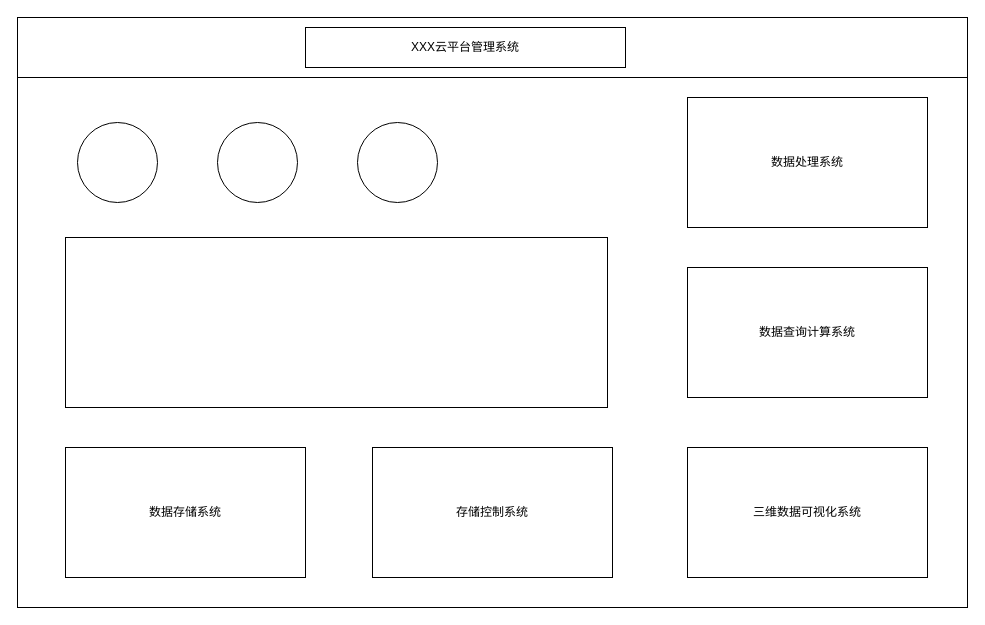
Above: 云平台.drawio in wdmlsx/xunjian (draw.io), before the change. Source tidied: cells renumbered, new cells numbered last; positions are measured from the earlier drawing's top-left corner, leaving out a move shared by most shapes. Both pictures are drawn from the tidied source at 100%, with x=0, y=0 at pixel (17, 17).
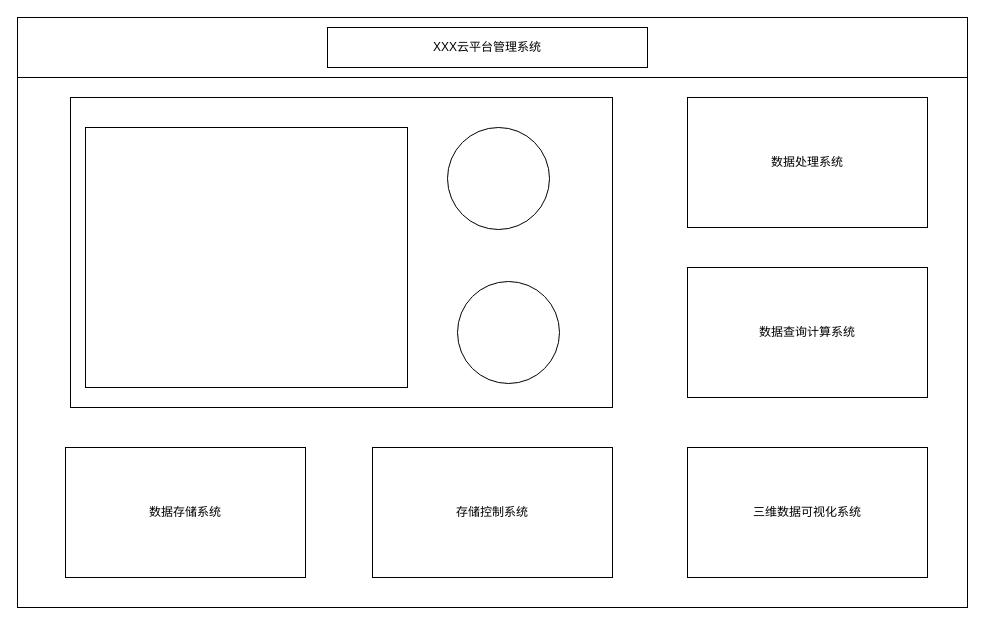
After the change.

Commit message (it also covers changes not shown here):
更新云平台.drawio

Change to the diagram source:
```diff
@@
 <mxGraphModel>
   <root>
     <mxCell id="0" />
     <mxCell id="1" parent="0" />
     <mxCell id="2" style="rounded=0;whiteSpace=wrap;html=1;" parent="1" vertex="1">
       <mxGeometry width="950" height="590" as="geometry" />
     </mxCell>
     <mxCell id="3" value="数据存储系统" style="rounded=0;whiteSpace=wrap;html=1;" parent="1" vertex="1">
       <mxGeometry x="48" y="430" width="240" height="130" as="geometry" />
     </mxCell>
     <mxCell id="4" value="数据查询计算系统" style="rounded=0;whiteSpace=wrap;html=1;" parent="1" vertex="1">
       <mxGeometry x="670" y="250" width="240" height="130" as="geometry" />
     </mxCell>
     <mxCell id="5" value="三维数据可视化系统" style="rounded=0;whiteSpace=wrap;html=1;" parent="1" vertex="1">
       <mxGeometry x="670" y="430" width="240" height="130" as="geometry" />
     </mxCell>
     <mxCell id="6" value="数据处理系统" style="rounded=0;whiteSpace=wrap;html=1;" parent="1" vertex="1">
       <mxGeometry x="670" y="80" width="240" height="130" as="geometry" />
     </mxCell>
     <mxCell id="7" value="存储控制系统" style="rounded=0;whiteSpace=wrap;html=1;" parent="1" vertex="1">
       <mxGeometry x="355" y="430" width="240" height="130" as="geometry" />
     </mxCell>
     <mxCell id="8" style="rounded=0;whiteSpace=wrap;html=1;" parent="1" vertex="1">
       <mxGeometry width="950" height="60" as="geometry" />
     </mxCell>
     <mxCell id="9" value="XXX云平台管理系统" style="rounded=0;whiteSpace=wrap;html=1;align=center;" parent="1" vertex="1">
-      <mxGeometry x="288" y="10" width="320" height="40" as="geometry" />
+      <mxGeometry x="310" y="10" width="320" height="40" as="geometry" />
     </mxCell>
-    <mxCell id="10" style="ellipse;whiteSpace=wrap;html=1;" parent="1" vertex="1">
-      <mxGeometry x="60" y="105" width="80" height="80" as="geometry" />
-    </mxCell>
-    <mxCell id="11" style="ellipse;whiteSpace=wrap;html=1;" parent="1" vertex="1">
-      <mxGeometry x="200" y="105" width="80" height="80" as="geometry" />
-    </mxCell>
+    <mxCell id="13" style="rounded=0;whiteSpace=wrap;html=1;" parent="1" vertex="1">
+      <mxGeometry x="53" y="80" width="542" height="310" as="geometry" />
+    </mxCell>
     <mxCell id="12" style="ellipse;whiteSpace=wrap;html=1;" parent="1" vertex="1">
-      <mxGeometry x="340" y="105" width="80" height="80" as="geometry" />
+      <mxGeometry x="440" y="264" width="102" height="102" as="geometry" />
     </mxCell>
-    <mxCell id="13" style="rounded=0;whiteSpace=wrap;html=1;" parent="1" vertex="1">
-      <mxGeometry x="48" y="220" width="542" height="170" as="geometry" />
-    </mxCell>
+    <mxCell id="14" style="rounded=0;whiteSpace=wrap;html=1;" parent="1" vertex="1">
+      <mxGeometry x="68" y="110" width="322" height="260" as="geometry" />
+    </mxCell>
+    <mxCell id="15" style="ellipse;whiteSpace=wrap;html=1;" parent="1" vertex="1">
+      <mxGeometry x="430" y="110" width="102" height="102" as="geometry" />
+    </mxCell>
   </root>
 </mxGraphModel>
```
